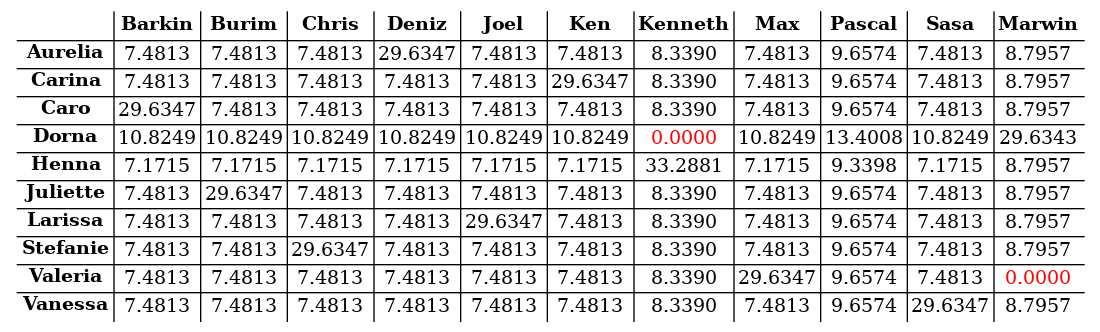
The Graphviz diagram s04/s04_tab.png in atticus-sullivan/sim-ayto, before a commit. Its source is kept beside it as s04/s04_tab.dot.
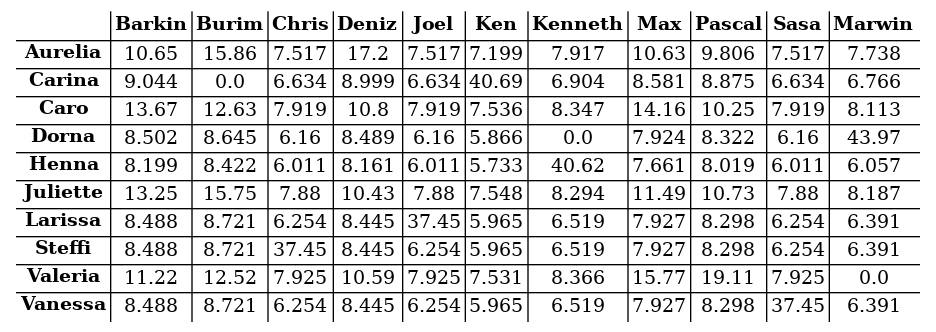
Later version of the same file.

The edit, as a diff of the source:
```diff
@@ -1,14 +1,148 @@
 digraph structs { node[shape=plaintext] struct[label=<
 <table cellspacing="2" border="0" rows="*" columns="*">
-<tr><td></td><td><B>Barkin</B></td><td><B>Burim</B></td><td><B>Chris</B></td><td><B>Deniz</B></td><td><B>Joel</B></td><td><B>Ken</B></td><td><B>Kenneth</B></td><td><B>Max</B></td><td><B>Pascal</B></td><td><B>Sasa</B></td><td><B>Marwin</B></td></tr>
-<tr><td><B>Aurelia</B></td><td><font color="black">7.4813</font></td><td><font color="black">7.4813</font></td><td><font color="black">7.4813</font></td><td><font color="black">29.6347</font></td><td><font color="black">7.4813</font></td><td><font color="black">7.4813</font></td><td><font color="black">8.3390</font></td><td><font color="black">7.4813</font></td><td><font color="black">9.6574</font></td><td><font color="black">7.4813</font></td><td><font color="black">8.7957</font></td></tr>
-<tr><td><B>Carina</B></td><td><font color="black">7.4813</font></td><td><font color="black">7.4813</font></td><td><font color="black">7.4813</font></td><td><font color="black">7.4813</font></td><td><font color="black">7.4813</font></td><td><font color="black">29.6347</font></td><td><font color="black">8.3390</font></td><td><font color="black">7.4813</font></td><td><font color="black">9.6574</font></td><td><font color="black">7.4813</font></td><td><font color="black">8.7957</font></td></tr>
-<tr><td><B>Caro</B></td><td><font color="black">29.6347</font></td><td><font color="black">7.4813</font></td><td><font color="black">7.4813</font></td><td><font color="black">7.4813</font></td><td><font color="black">7.4813</font></td><td><font color="black">7.4813</font></td><td><font color="black">8.3390</font></td><td><font color="black">7.4813</font></td><td><font color="black">9.6574</font></td><td><font color="black">7.4813</font></td><td><font color="black">8.7957</font></td></tr>
-<tr><td><B>Dorna</B></td><td><font color="black">10.8249</font></td><td><font color="black">10.8249</font></td><td><font color="black">10.8249</font></td><td><font color="black">10.8249</font></td><td><font color="black">10.8249</font></td><td><font color="black">10.8249</font></td><td><font color="red">0.0000</font></td><td><font color="black">10.8249</font></td><td><font color="black">13.4008</font></td><td><font color="black">10.8249</font></td><td><font color="black">29.6343</font></td></tr>
-<tr><td><B>Henna</B></td><td><font color="black">7.1715</font></td><td><font color="black">7.1715</font></td><td><font color="black">7.1715</font></td><td><font color="black">7.1715</font></td><td><font color="black">7.1715</font></td><td><font color="black">7.1715</font></td><td><font color="black">33.2881</font></td><td><font color="black">7.1715</font></td><td><font color="black">9.3398</font></td><td><font color="black">7.1715</font></td><td><font color="black">8.7957</font></td></tr>
-<tr><td><B>Juliette</B></td><td><font color="black">7.4813</font></td><td><font color="black">29.6347</font></td><td><font color="black">7.4813</font></td><td><font color="black">7.4813</font></td><td><font color="black">7.4813</font></td><td><font color="black">7.4813</font></td><td><font color="black">8.3390</font></td><td><font color="black">7.4813</font></td><td><font color="black">9.6574</font></td><td><font color="black">7.4813</font></td><td><font color="black">8.7957</font></td></tr>
-<tr><td><B>Larissa</B></td><td><font color="black">7.4813</font></td><td><font color="black">7.4813</font></td><td><font color="black">7.4813</font></td><td><font color="black">7.4813</font></td><td><font color="black">29.6347</font></td><td><font color="black">7.4813</font></td><td><font color="black">8.3390</font></td><td><font color="black">7.4813</font></td><td><font color="black">9.6574</font></td><td><font color="black">7.4813</font></td><td><font color="black">8.7957</font></td></tr>
-<tr><td><B>Stefanie</B></td><td><font color="black">7.4813</font></td><td><font color="black">7.4813</font></td><td><font color="black">29.6347</font></td><td><font color="black">7.4813</font></td><td><font color="black">7.4813</font></td><td><font color="black">7.4813</font></td><td><font color="black">8.3390</font></td><td><font color="black">7.4813</font></td><td><font color="black">9.6574</font></td><td><font color="black">7.4813</font></td><td><font color="black">8.7957</font></td></tr>
-<tr><td><B>Valeria</B></td><td><font color="black">7.4813</font></td><td><font color="black">7.4813</font></td><td><font color="black">7.4813</font></td><td><font color="black">7.4813</font></td><td><font color="black">7.4813</font></td><td><font color="black">7.4813</font></td><td><font color="black">8.3390</font></td><td><font color="black">29.6347</font></td><td><font color="black">9.6574</font></td><td><font color="black">7.4813</font></td><td><font color="red">0.0000</font></td></tr>
-<tr><td><B>Vanessa</B></td><td><font color="black">7.4813</font></td><td><font color="black">7.4813</font></td><td><font color="black">7.4813</font></td><td><font color="black">7.4813</font></td><td><font color="black">7.4813</font></td><td><font color="black">7.4813</font></td><td><font color="black">8.3390</font></td><td><font color="black">7.4813</font></td><td><font color="black">9.6574</font></td><td><font color="black">29.6347</font></td><td><font color="black">8.7957</font></td></tr>
-</table>>];}
+<tr>
+<td></td>
+<td><B>Barkin</B></td>
+<td><B>Burim</B></td>
+<td><B>Chris</B></td>
+<td><B>Deniz</B></td>
+<td><B>Joel</B></td>
+<td><B>Ken</B></td>
+<td><B>Kenneth</B></td>
+<td><B>Max</B></td>
+<td><B>Pascal</B></td>
+<td><B>Sasa</B></td>
+<td><B>Marwin</B></td>
+</tr>
+<tr><td><B>Aurelia</B></td>
+<td><font color="black">10.65</font></td>
+<td><font color="black">15.86</font></td>
+<td><font color="black">7.517</font></td>
+<td><font color="black">17.2</font></td>
+<td><font color="black">7.517</font></td>
+<td><font color="black">7.199</font></td>
+<td><font color="black">7.917</font></td>
+<td><font color="black">10.63</font></td>
+<td><font color="black">9.806</font></td>
+<td><font color="black">7.517</font></td>
+<td><font color="black">7.738</font></td>
+</tr>
+<tr><td><B>Carina</B></td>
+<td><font color="black">9.044</font></td>
+<td><font color="black">0.0</font></td>
+<td><font color="black">6.634</font></td>
+<td><font color="black">8.999</font></td>
+<td><font color="black">6.634</font></td>
+<td><font color="black">40.69</font></td>
+<td><font color="black">6.904</font></td>
+<td><font color="black">8.581</font></td>
+<td><font color="black">8.875</font></td>
+<td><font color="black">6.634</font></td>
+<td><font color="black">6.766</font></td>
+</tr>
+<tr><td><B>Caro</B></td>
+<td><font color="black">13.67</font></td>
+<td><font color="black">12.63</font></td>
+<td><font color="black">7.919</font></td>
+<td><font color="black">10.8</font></td>
+<td><font color="black">7.919</font></td>
+<td><font color="black">7.536</font></td>
+<td><font color="black">8.347</font></td>
+<td><font color="black">14.16</font></td>
+<td><font color="black">10.25</font></td>
+<td><font color="black">7.919</font></td>
+<td><font color="black">8.113</font></td>
+</tr>
+<tr><td><B>Dorna</B></td>
+<td><font color="black">8.502</font></td>
+<td><font color="black">8.645</font></td>
+<td><font color="black">6.16</font></td>
+<td><font color="black">8.489</font></td>
+<td><font color="black">6.16</font></td>
+<td><font color="black">5.866</font></td>
+<td><font color="black">0.0</font></td>
+<td><font color="black">7.924</font></td>
+<td><font color="black">8.322</font></td>
+<td><font color="black">6.16</font></td>
+<td><font color="black">43.97</font></td>
+</tr>
+<tr><td><B>Henna</B></td>
+<td><font color="black">8.199</font></td>
+<td><font color="black">8.422</font></td>
+<td><font color="black">6.011</font></td>
+<td><font color="black">8.161</font></td>
+<td><font color="black">6.011</font></td>
+<td><font color="black">5.733</font></td>
+<td><font color="black">40.62</font></td>
+<td><font color="black">7.661</font></td>
+<td><font color="black">8.019</font></td>
+<td><font color="black">6.011</font></td>
+<td><font color="black">6.057</font></td>
+</tr>
+<tr><td><B>Juliette</B></td>
+<td><font color="black">13.25</font></td>
+<td><font color="black">15.75</font></td>
+<td><font color="black">7.88</font></td>
+<td><font color="black">10.43</font></td>
+<td><font color="black">7.88</font></td>
+<td><font color="black">7.548</font></td>
+<td><font color="black">8.294</font></td>
+<td><font color="black">11.49</font></td>
+<td><font color="black">10.73</font></td>
+<td><font color="black">7.88</font></td>
+<td><font color="black">8.187</font></td>
+</tr>
+<tr><td><B>Larissa</B></td>
+<td><font color="black">8.488</font></td>
+<td><font color="black">8.721</font></td>
+<td><font color="black">6.254</font></td>
+<td><font color="black">8.445</font></td>
+<td><font color="black">37.45</font></td>
+<td><font color="black">5.965</font></td>
+<td><font color="black">6.519</font></td>
+<td><font color="black">7.927</font></td>
+<td><font color="black">8.298</font></td>
+<td><font color="black">6.254</font></td>
+<td><font color="black">6.391</font></td>
+</tr>
+<tr><td><B>Steffi</B></td>
+<td><font color="black">8.488</font></td>
+<td><font color="black">8.721</font></td>
+<td><font color="black">37.45</font></td>
+<td><font color="black">8.445</font></td>
+<td><font color="black">6.254</font></td>
+<td><font color="black">5.965</font></td>
+<td><font color="black">6.519</font></td>
+<td><font color="black">7.927</font></td>
+<td><font color="black">8.298</font></td>
+<td><font color="black">6.254</font></td>
+<td><font color="black">6.391</font></td>
+</tr>
+<tr><td><B>Valeria</B></td>
+<td><font color="black">11.22</font></td>
+<td><font color="black">12.52</font></td>
+<td><font color="black">7.925</font></td>
+<td><font color="black">10.59</font></td>
+<td><font color="black">7.925</font></td>
+<td><font color="black">7.531</font></td>
+<td><font color="black">8.366</font></td>
+<td><font color="black">15.77</font></td>
+<td><font color="black">19.11</font></td>
+<td><font color="black">7.925</font></td>
+<td><font color="black">0.0</font></td>
+</tr>
+<tr><td><B>Vanessa</B></td>
+<td><font color="black">8.488</font></td>
+<td><font color="black">8.721</font></td>
+<td><font color="black">6.254</font></td>
+<td><font color="black">8.445</font></td>
+<td><font color="black">6.254</font></td>
+<td><font color="black">5.965</font></td>
+<td><font color="black">6.519</font></td>
+<td><font color="black">7.927</font></td>
+<td><font color="black">8.298</font></td>
+<td><font color="black">37.45</font></td>
+<td><font color="black">6.391</font></td>
+</tr>
+</table>
+>];}
```
